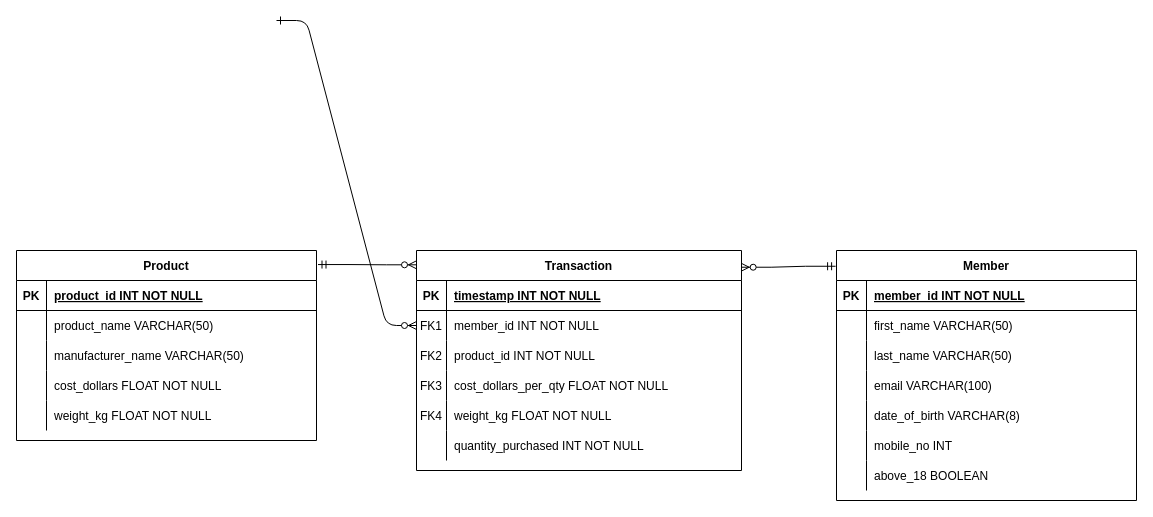
Above: section2/ER_diagram.drawio in g-lilian/Data-Engineer-Tech-Challenge (draw.io), before the change. Source tidied: cells renumbered, new cells numbered last; positions are measured from the earlier drawing's top-left corner, leaving out a move shared by most shapes. Both pictures are drawn from the tidied source at 100%, with x=0, y=0 at pixel (16, 20).
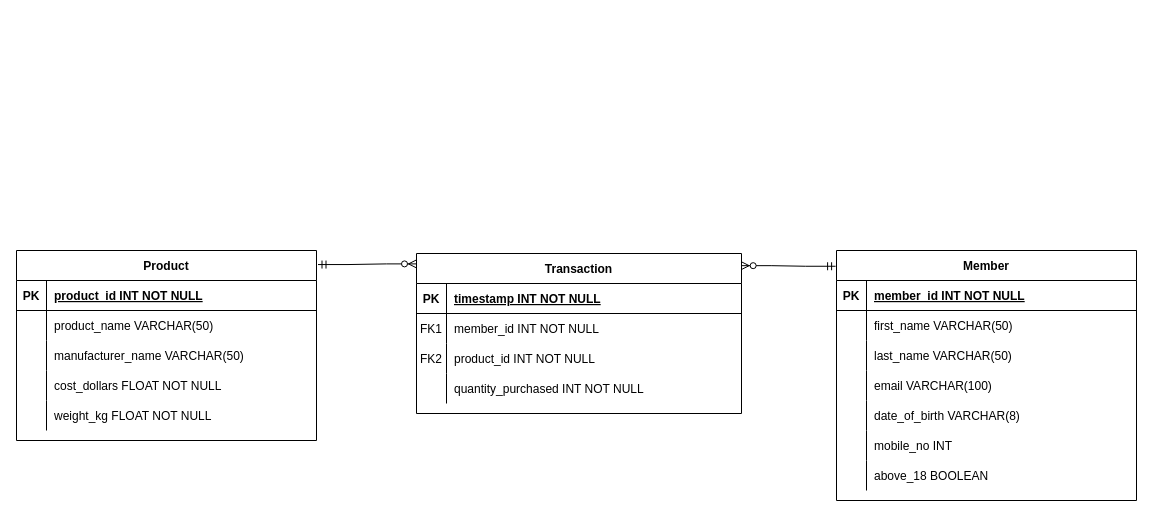
The same page after the edit.

Commit message (it also covers changes not shown here):
Fix bugs in section2 ER diagram and sql

Unchanged cells that the change refers to:
```xml
<mxCell id="7" style="shape=partialRectangle;fillColor=none;points=[[0,0.5],[1,0.5]];portConstraint=eastwest;top=0;left=0;right=0;bottom=0;" parent="3" vertex="1">
  <mxGeometry y="60" width="325" height="30" as="geometry" />
</mxCell>
```

What changed in the source:
```diff
@@
-    <mxCell id="2" style="edgeStyle=entityRelationEdgeStyle;endArrow=ERzeroToMany;startArrow=ERone;endFill=1;startFill=0;" parent="1" edge="1" target="7">
-      <mxGeometry relative="1" as="geometry">
-        <mxPoint x="260" as="sourcePoint" />
-      </mxGeometry>
-    </mxCell>
     <mxCell id="3" value="Transaction" style="shape=table;startSize=30;childLayout=tableLayout;rowLines=0;fontStyle=1;align=center;" parent="1" vertex="1">
-      <mxGeometry x="400" y="230" width="325" height="220" as="geometry" />
+      <mxGeometry x="400" y="233" width="325" height="160" as="geometry" />
     </mxCell>
@@
-    <mxCell id="13" style="shape=partialRectangle;fillColor=none;top=0;left=0;right=0;bottom=0;" parent="3" vertex="1">
-      <mxGeometry y="120" width="325" height="30" as="geometry" />
-    </mxCell>
-    <mxCell id="14" value="FK3" style="shape=partialRectangle;overflow=hidden;fillColor=none;top=0;left=0;bottom=0;right=0;" parent="13" vertex="1">
-      <mxGeometry width="30" height="30" as="geometry" />
-    </mxCell>
-    <mxCell id="15" value="cost_dollars_per_qty FLOAT NOT NULL" style="shape=partialRectangle;overflow=hidden;fillColor=none;top=0;left=0;bottom=0;right=0;align=left;spacingLeft=6;" parent="13" vertex="1">
-      <mxGeometry x="30" width="295" height="30" as="geometry" />
-    </mxCell>
-    <mxCell id="16" style="shape=partialRectangle;fillColor=none;top=0;left=0;right=0;bottom=0;" parent="3" vertex="1">
-      <mxGeometry y="150" width="325" height="30" as="geometry" />
-    </mxCell>
-    <mxCell id="17" value="FK4" style="shape=partialRectangle;overflow=hidden;fillColor=none;top=0;left=0;bottom=0;right=0;" parent="16" vertex="1">
-      <mxGeometry width="30" height="30" as="geometry" />
-    </mxCell>
-    <mxCell id="18" value="weight_kg FLOAT NOT NULL" style="shape=partialRectangle;overflow=hidden;fillColor=none;top=0;left=0;bottom=0;right=0;align=left;spacingLeft=6;" parent="16" vertex="1">
-      <mxGeometry x="30" width="295" height="30" as="geometry" />
-    </mxCell>
     <mxCell id="19" style="shape=partialRectangle;fillColor=none;top=0;left=0;right=0;bottom=0;" parent="3" vertex="1">
-      <mxGeometry y="180" width="325" height="30" as="geometry" />
+      <mxGeometry y="120" width="325" height="30" as="geometry" />
     </mxCell>
```
